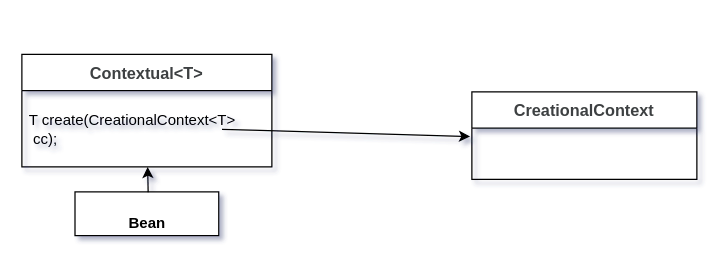
The draw.io diagram Untitled Diagram.drawio in 11800222/MeleyForDiagramsStorage, before the edit. Source tidied: cells renumbered, new cells numbered last; positions are measured from the earlier drawing's top-left corner, leaving out a move shared by most shapes. Both pictures are drawn from the tidied source at 125%, with x=0, y=0 at pixel (21, 54).
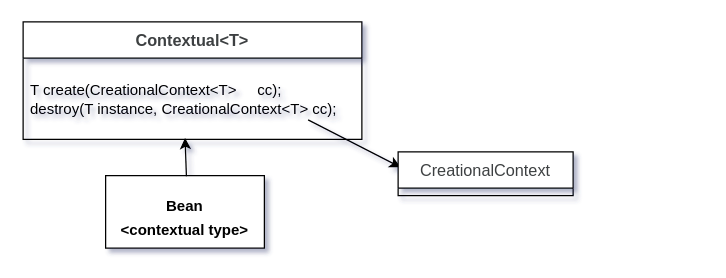
After the change.

What changed in the source:
```diff
@@
 <mxGraphModel shadow="1">
   <root>
     <mxCell id="0" />
     <mxCell id="1" parent="0" />
-    <mxCell id="2" value="&lt;span style=&quot;color: rgb(62, 65, 66); font-family: &amp;quot;Microsoft YaHei&amp;quot;, 微软雅黑, Arial; font-size: 13px; background-color: rgba(227, 222, 214, 0.01); --darkreader-inline-color: #494c4d; --darkreader-inline-bgcolor: rgba(202, 196, 187, 0.01);&quot;&gt;Contextual&amp;lt;T&amp;gt;&lt;/span&gt;" style="swimlane;fontStyle=1;align=center;verticalAlign=middle;horizontal=1;startSize=29;html=1;whiteSpace=wrap;" parent="1" vertex="1">
-      <mxGeometry width="200" height="90" as="geometry" />
+    <mxCell id="2" value="&lt;span style=&quot;color: rgb(62, 65, 66); font-family: &amp;quot;Microsoft YaHei&amp;quot;, 微软雅黑, Arial; font-size: 13px; background-color: rgba(227, 222, 214, 0.01); --darkreader-inline-color: #2f3232; --darkreader-inline-bgcolor: rgba(131, 127, 121, 0.01);&quot;&gt;Contextual&amp;lt;T&amp;gt;&lt;/span&gt;" style="swimlane;fontStyle=1;align=center;verticalAlign=middle;horizontal=1;startSize=29;html=1;whiteSpace=wrap;" parent="1" vertex="1">
+      <mxGeometry x="1" y="-26" width="271" height="94" as="geometry" />
     </mxCell>
-    <mxCell id="3" value="T create(CreationalContext&amp;lt;T&amp;gt;&amp;nbsp; &amp;nbsp; &amp;nbsp;cc);" style="text;html=1;strokeColor=none;fillColor=none;align=left;verticalAlign=middle;spacingLeft=4;spacingRight=4;overflow=hidden;points=[[0,0.5],[1,0.5]];portConstraint=eastwest;whiteSpace=wrap;" parent="2" vertex="1">
-      <mxGeometry y="29" width="200" height="61" as="geometry" />
+    <mxCell id="3" value="T create(CreationalContext&amp;lt;T&amp;gt;&amp;nbsp; &amp;nbsp; &amp;nbsp;cc);&lt;div&gt;&lt;font style=&quot;font-size: 12px;&quot;&gt;destroy(T instance, CreationalContext&amp;lt;T&amp;gt; cc);&lt;/font&gt;&lt;br&gt;&lt;/div&gt;" style="text;html=1;strokeColor=none;fillColor=none;align=left;verticalAlign=middle;spacingLeft=4;spacingRight=4;overflow=hidden;points=[[0,0.5],[1,0.5]];portConstraint=eastwest;whiteSpace=wrap;" parent="2" vertex="1">
+      <mxGeometry y="29" width="271" height="65" as="geometry" />
     </mxCell>
-    <mxCell id="4" style="endArrow=none;html=1;rounded=0;exitX=-0.008;exitY=0.163;exitDx=0;exitDy=0;exitPerimeter=0;startArrow=classic;startFill=1;endFill=0;" parent="2" edge="1">
-      <mxGeometry relative="1" as="geometry">
-        <mxPoint x="358.6" y="65.7" as="sourcePoint" />
-        <mxPoint x="160.1" y="60" as="targetPoint" />
-      </mxGeometry>
-    </mxCell>
+    <mxCell id="8" style="endArrow=none;html=1;rounded=0;startArrow=classic;startFill=1;endFill=0;exitX=0.014;exitY=0.352;exitDx=0;exitDy=0;exitPerimeter=0;" parent="2" edge="1" source="5">
+      <mxGeometry relative="1" as="geometry">
+        <mxPoint x="228" y="78.4" as="targetPoint" />
+      </mxGeometry>
+    </mxCell>
-    <mxCell id="5" value="&lt;span style=&quot;color: rgb(62, 65, 66); font-family: &amp;quot;Microsoft YaHei&amp;quot;, 微软雅黑, Arial; font-size: 13px; background-color: rgba(227, 222, 214, 0.01); --darkreader-inline-color: #494c4d; --darkreader-inline-bgcolor: rgba(202, 196, 187, 0.01);&quot;&gt;CreationalContext&lt;/span&gt;" style="swimlane;fontStyle=1;align=center;verticalAlign=middle;horizontal=1;startSize=29;html=1;whiteSpace=wrap;" parent="1" vertex="1">
-      <mxGeometry x="360" y="30" width="180" height="70" as="geometry" />
+    <mxCell id="5" value="&lt;span style=&quot;color: rgb(62, 65, 66); font-family: &amp;quot;Microsoft YaHei&amp;quot;, 微软雅黑, Arial; font-size: 13px; background-color: rgba(227, 222, 214, 0.01); --darkreader-inline-color: #2f3232; --darkreader-inline-bgcolor: rgba(131, 127, 121, 0.01); font-weight: normal;&quot;&gt;CreationalContext&lt;/span&gt;" style="swimlane;fontStyle=1;align=center;verticalAlign=middle;horizontal=1;startSize=29;html=1;whiteSpace=wrap;" parent="1" vertex="1">
+      <mxGeometry x="301" y="78" width="140" height="35" as="geometry" />
     </mxCell>
-    <mxCell id="6" value="&lt;p style=&quot;margin:0px;margin-top:4px;text-align:center;&quot;&gt;&lt;br&gt;&lt;b&gt;Bean&lt;/b&gt;&lt;/p&gt;" style="verticalAlign=top;align=left;overflow=fill;html=1;whiteSpace=wrap;" parent="1" vertex="1">
-      <mxGeometry x="42.5" y="110" width="115" height="35" as="geometry" />
+    <mxCell id="6" value="&lt;p style=&quot;margin:0px;margin-top:4px;text-align:center;&quot;&gt;&lt;br&gt;&lt;b&gt;Bean&lt;/b&gt;&lt;/p&gt;&lt;p style=&quot;margin:0px;margin-top:4px;text-align:center;&quot;&gt;&lt;span class=&quot;notion-enable-hover&quot; style=&quot;font-weight:600&quot;&gt;&amp;lt;contextual type&amp;gt;&lt;/span&gt;&lt;b&gt;&lt;br&gt;&lt;/b&gt;&lt;/p&gt;" style="verticalAlign=top;align=left;overflow=fill;html=1;whiteSpace=wrap;" parent="1" vertex="1">
+      <mxGeometry x="67" y="97" width="127" height="58" as="geometry" />
     </mxCell>
-    <mxCell id="7" style="endArrow=classic;html=1;rounded=0;exitX=0.509;exitY=0.01;exitDx=0;exitDy=0;exitPerimeter=0;" parent="1" edge="1" source="6" target="3">
+    <mxCell id="7" style="endArrow=classic;html=1;rounded=0;exitX=0.509;exitY=0.01;exitDx=0;exitDy=0;exitPerimeter=0;entryX=0.478;entryY=0.982;entryDx=0;entryDy=0;entryPerimeter=0;" parent="1" edge="1" source="6" target="3">
       <mxGeometry relative="1" as="geometry" />
     </mxCell>
   </root>
 </mxGraphModel>
```
